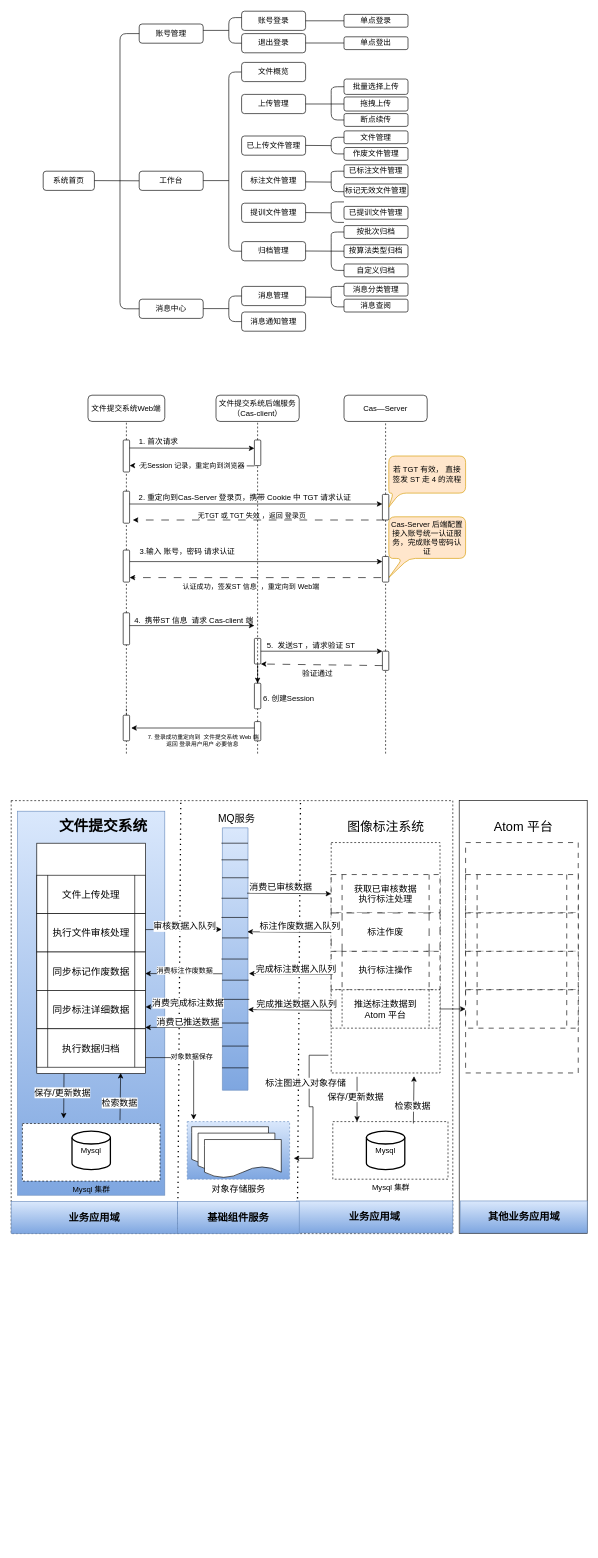
Earlier version of the draw.io diagram 文件提交系统.drawio (jurentiancheng/drawio-project). Source tidied: cells renumbered, new cells numbered last; positions are measured from the earlier drawing's top-left corner, leaving out a move shared by most shapes. Both pictures are drawn from the tidied source at 64%, with x=0, y=0 at pixel (11, 11).
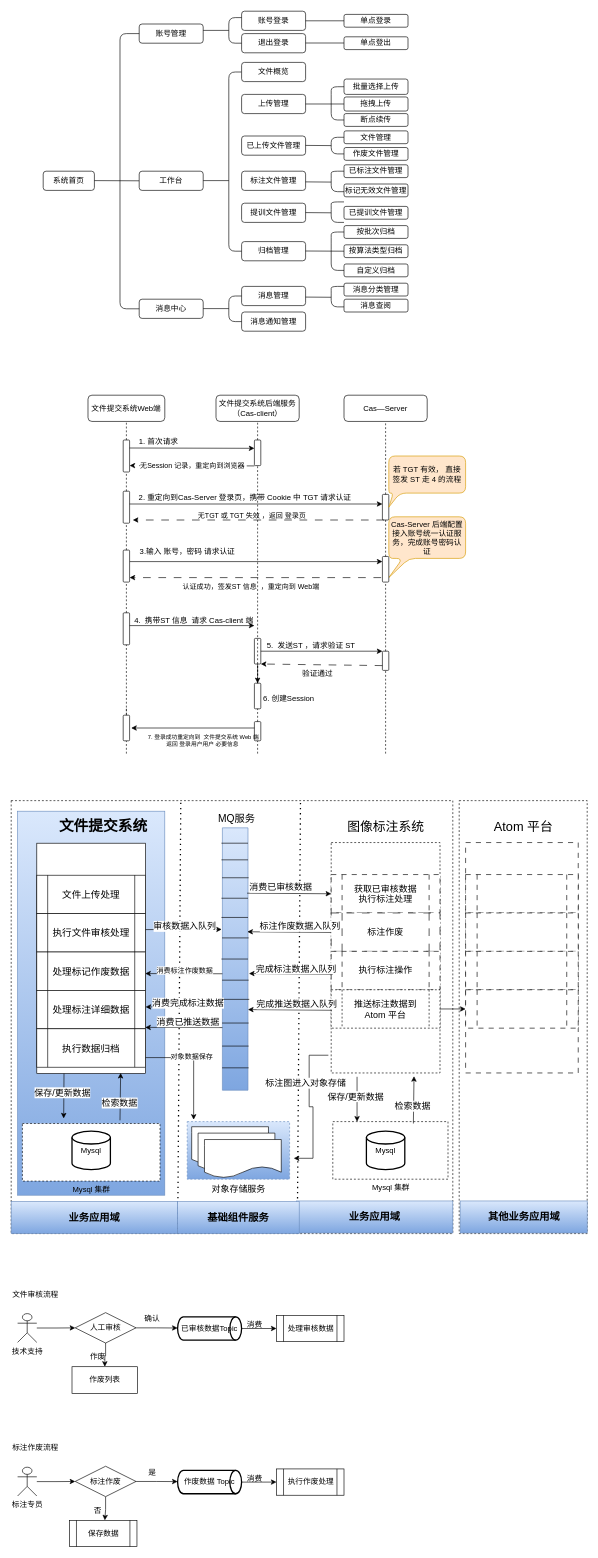
After the change.

Commit message:
更新文件提交系统.drawio

The change refers to these unchanged cells:
```xml
<mxCell id="128" style="group;" parent="1" vertex="1">
  <mxGeometry x="40" y="1300" width="170" height="360" as="geometry" />
</mxCell>
```

Change to the diagram source:
```diff
@@
-    <mxCell id="2" style="rounded=0;whiteSpace=wrap;html=1;" parent="1" vertex="1">
+    <mxCell id="2" style="rounded=0;whiteSpace=wrap;html=1;dashed=1;" parent="1" vertex="1">
       <mxGeometry x="700" y="1233.5" width="200" height="676.5" as="geometry" />
     </mxCell>
@@
-    <mxCell id="132" value="同步标记作废数据" style="shape=process;whiteSpace=wrap;html=1;backgroundOutline=1;fontStyle=0;fontSize=15;" parent="128" vertex="1">
+    <mxCell id="132" value="处理标记作废数据" style="shape=process;whiteSpace=wrap;html=1;backgroundOutline=1;fontStyle=0;fontSize=15;" parent="128" vertex="1">
       <mxGeometry y="170" width="170" height="60" as="geometry" />
     </mxCell>
-    <mxCell id="133" value="同步标注详细数据" style="shape=process;whiteSpace=wrap;html=1;backgroundOutline=1;fontStyle=0;fontSize=15;" parent="128" vertex="1">
+    <mxCell id="133" value="处理标注详细数据" style="shape=process;whiteSpace=wrap;html=1;backgroundOutline=1;fontStyle=0;fontSize=15;" parent="128" vertex="1">
       <mxGeometry y="230" width="170" height="60" as="geometry" />
     </mxCell>
@@
+    <mxCell id="191" value="文件审核流程&lt;br&gt;" style="text;html=1;strokeColor=none;fillColor=none;align=left;verticalAlign=middle;whiteSpace=wrap;rounded=0;" parent="1" vertex="1">
+      <mxGeometry y="1990" width="110" height="30" as="geometry" />
+    </mxCell>
+    <mxCell id="192" style="edgeStyle=orthogonalEdgeStyle;rounded=0;jettySize=auto;html=1;" parent="1" edge="1" source="194">
+      <mxGeometry relative="1" as="geometry">
+        <mxPoint x="260" y="2057.5" as="targetPoint" />
+      </mxGeometry>
+    </mxCell>
+    <mxCell id="193" style="edgeStyle=orthogonalEdgeStyle;rounded=0;jettySize=auto;html=1;" parent="1" edge="1" source="194" target="199">
+      <mxGeometry relative="1" as="geometry" />
+    </mxCell>
+    <mxCell id="194" value="人工审核" style="rhombus;whiteSpace=wrap;html=1;" parent="1" vertex="1">
+      <mxGeometry x="100" y="2033.5" width="95" height="47.5" as="geometry" />
+    </mxCell>
+    <mxCell id="195" style="edgeStyle=orthogonalEdgeStyle;rounded=0;jettySize=auto;html=1;" parent="1" edge="1" source="196" target="194">
+      <mxGeometry relative="1" as="geometry" />
+    </mxCell>
+    <mxCell id="196" value="技术支持" style="shape=umlActor;verticalLabelPosition=bottom;verticalAlign=top;html=1;outlineConnect=0;" parent="1" vertex="1">
+      <mxGeometry x="10" y="2035" width="30" height="45" as="geometry" />
+    </mxCell>
+    <mxCell id="197" value="确认" style="text;html=1;align=center;verticalAlign=middle;strokeColor=none;fillColor=none;" parent="1" vertex="1">
+      <mxGeometry x="195" y="2028" width="50" height="30" as="geometry" />
+    </mxCell>
+    <mxCell id="198" value="作废" style="text;html=1;align=center;verticalAlign=middle;strokeColor=none;fillColor=none;" parent="1" vertex="1">
+      <mxGeometry x="110" y="2088" width="50" height="30" as="geometry" />
+    </mxCell>
+    <mxCell id="199" value="作废列表" style="rounded=0;whiteSpace=wrap;html=1;" parent="1" vertex="1">
+      <mxGeometry x="95" y="2118" width="102.5" height="42" as="geometry" />
+    </mxCell>
+    <mxCell id="200" style="edgeStyle=orthogonalEdgeStyle;rounded=0;jettySize=auto;html=1;entryX=0;entryY=0.5;entryDx=0;entryDy=0;" parent="1" edge="1" source="201" target="202">
+      <mxGeometry relative="1" as="geometry" />
+    </mxCell>
+    <mxCell id="201" value="已审核数据Topic" style="strokeWidth=2;html=1;shape=mxgraph.flowchart.direct_data;whiteSpace=wrap;" parent="1" vertex="1">
+      <mxGeometry x="260" y="2040" width="100" height="36.5" as="geometry" />
+    </mxCell>
+    <mxCell id="202" value="处理审核数据" style="shape=process;whiteSpace=wrap;html=1;backgroundOutline=1;" parent="1" vertex="1">
+      <mxGeometry x="414.5" y="2037.7" width="105.5" height="41.1" as="geometry" />
+    </mxCell>
+    <mxCell id="203" value="消费" style="text;html=1;align=center;verticalAlign=middle;strokeColor=none;fillColor=none;" parent="1" vertex="1">
+      <mxGeometry x="355" y="2038" width="50" height="30" as="geometry" />
+    </mxCell>
+    <mxCell id="204" value="标注作废流程" style="text;html=1;strokeColor=none;fillColor=none;align=left;verticalAlign=middle;whiteSpace=wrap;rounded=0;" parent="1" vertex="1">
+      <mxGeometry y="2230" width="110" height="30" as="geometry" />
+    </mxCell>
+    <mxCell id="205" style="edgeStyle=orthogonalEdgeStyle;rounded=0;jettySize=auto;html=1;" parent="1" edge="1" source="207">
+      <mxGeometry relative="1" as="geometry">
+        <mxPoint x="260" y="2297.5" as="targetPoint" />
+      </mxGeometry>
+    </mxCell>
+    <mxCell id="206" style="edgeStyle=orthogonalEdgeStyle;rounded=0;jettySize=auto;html=1;" parent="1" edge="1" source="207">
+      <mxGeometry relative="1" as="geometry">
+        <mxPoint x="146.3" y="2358" as="targetPoint" />
+      </mxGeometry>
+    </mxCell>
+    <mxCell id="207" value="标注作废" style="rhombus;whiteSpace=wrap;html=1;" parent="1" vertex="1">
+      <mxGeometry x="100" y="2273.5" width="95" height="47.5" as="geometry" />
+    </mxCell>
+    <mxCell id="208" style="edgeStyle=orthogonalEdgeStyle;rounded=0;jettySize=auto;html=1;" parent="1" edge="1" source="209" target="207">
+      <mxGeometry relative="1" as="geometry" />
+    </mxCell>
+    <mxCell id="209" value="标注专员" style="shape=umlActor;verticalLabelPosition=bottom;verticalAlign=top;html=1;outlineConnect=0;" parent="1" vertex="1">
+      <mxGeometry x="10" y="2275" width="30" height="45" as="geometry" />
+    </mxCell>
+    <mxCell id="210" value="是" style="text;html=1;align=center;verticalAlign=middle;strokeColor=none;fillColor=none;" parent="1" vertex="1">
+      <mxGeometry x="200" y="2268" width="40" height="30" as="geometry" />
+    </mxCell>
+    <mxCell id="211" value="否" style="text;html=1;align=center;verticalAlign=middle;strokeColor=none;fillColor=none;" parent="1" vertex="1">
+      <mxGeometry x="115" y="2328" width="40" height="30" as="geometry" />
+    </mxCell>
+    <mxCell id="212" style="edgeStyle=orthogonalEdgeStyle;rounded=0;jettySize=auto;html=1;entryX=0;entryY=0.5;entryDx=0;entryDy=0;" parent="1" edge="1" source="213" target="214">
+      <mxGeometry relative="1" as="geometry" />
+    </mxCell>
+    <mxCell id="213" value="作废数据 Topic" style="strokeWidth=2;html=1;shape=mxgraph.flowchart.direct_data;whiteSpace=wrap;" parent="1" vertex="1">
+      <mxGeometry x="260" y="2280" width="100" height="36.5" as="geometry" />
+    </mxCell>
+    <mxCell id="214" value="执行作废处理" style="shape=process;whiteSpace=wrap;html=1;backgroundOutline=1;" parent="1" vertex="1">
+      <mxGeometry x="414.5" y="2277.7" width="105.5" height="41.1" as="geometry" />
+    </mxCell>
+    <mxCell id="215" value="消费" style="text;html=1;align=center;verticalAlign=middle;strokeColor=none;fillColor=none;" parent="1" vertex="1">
+      <mxGeometry x="355" y="2278" width="50" height="30" as="geometry" />
+    </mxCell>
+    <mxCell id="216" value="保存数据" style="shape=process;whiteSpace=wrap;html=1;backgroundOutline=1;" parent="1" vertex="1">
+      <mxGeometry x="91" y="2358" width="105.5" height="41.1" as="geometry" />
+    </mxCell>
```
